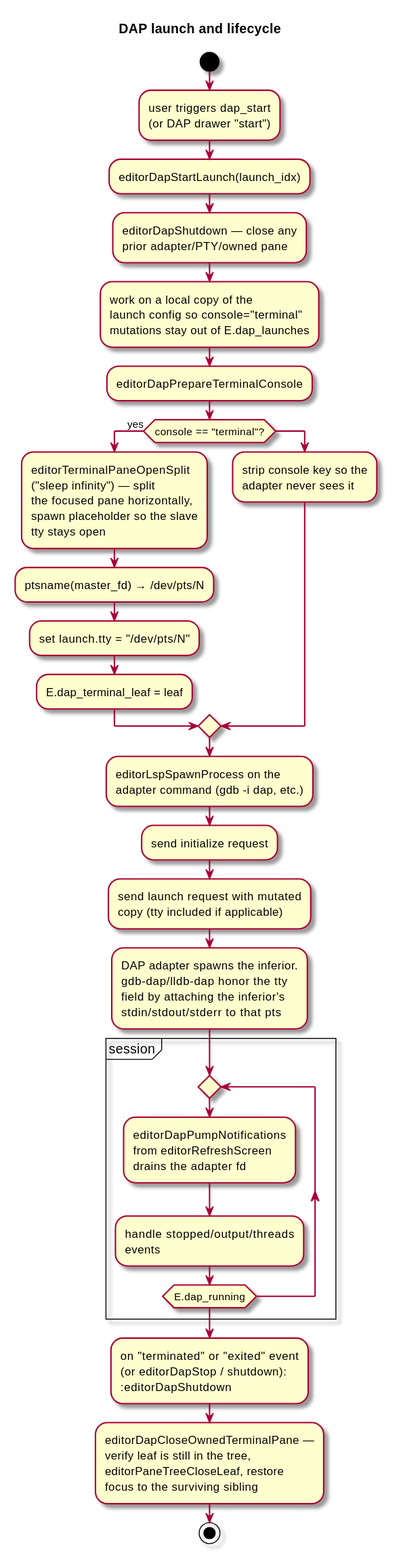
This is docs/diagrams/svg/dap-flow.svg from kokkoniemi/rotide, a PlantUML export, as it was before one commit. Its source is kept beside it as docs/diagrams/src/dap-flow.puml.
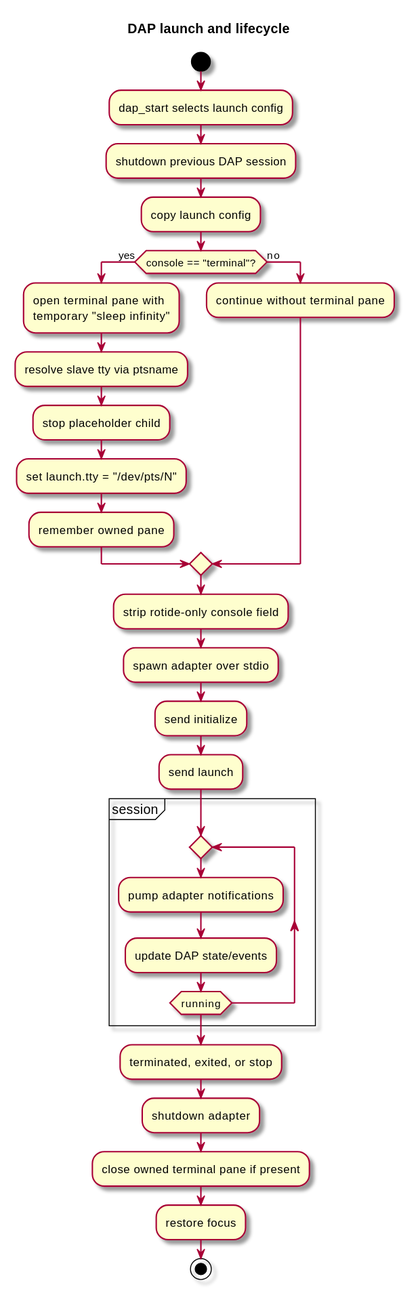
Later version of the same file.

What changed in the source:
```diff
@@ -4,53 +4,35 @@
 title DAP launch and lifecycle
 
 start
-:user triggers dap_start
-(or DAP drawer "start");
-:editorDapStartLaunch(launch_idx);
-:editorDapShutdown — close any
-prior adapter/PTY/owned pane;
-:work on a local copy of the
-launch config so console="terminal"
-mutations stay out of E.dap_launches;
-:editorDapPrepareTerminalConsole;
+:dap_start selects launch config;
+:shutdown previous DAP session;
+:copy launch config;
 if (console == "terminal"?) then (yes)
-	:editorTerminalPaneOpenSplit
-	("sleep infinity") — split
-	the focused pane horizontally,
-	spawn placeholder so the slave
-	tty stays open;
-	:ptsname(master_fd) → /dev/pts/N;
+	:open terminal pane with
+	temporary "sleep infinity";
+	:resolve slave tty via ptsname;
+	:stop placeholder child;
 	:set launch.tty = "/dev/pts/N";
-	:E.dap_terminal_leaf = leaf;
-else
-	:strip console key so the
-	adapter never sees it;
+	:remember owned pane;
+else (no)
+	:continue without terminal pane;
 endif
-:editorLspSpawnProcess on the
-adapter command (gdb -i dap, etc.);
-:send initialize request;
-:send launch request with mutated
-copy (tty included if applicable);
-:DAP adapter spawns the inferior.
-gdb-dap/lldb-dap honor the tty
-field by attaching the inferior's
-stdin/stdout/stderr to that pts;
+:strip rotide-only console field;
+:spawn adapter over stdio;
+:send initialize;
+:send launch;
+
 partition "session" {
 	repeat
-		:editorDapPumpNotifications
-		from editorRefreshScreen
-		drains the adapter fd;
-		:handle stopped/output/threads
-		events;
-	repeat while (E.dap_running)
+		:pump adapter notifications;
+		:update DAP state/events;
+	repeat while (running)
 }
-:on "terminated" or "exited" event
-(or editorDapStop / shutdown):
-:editorDapShutdown;
-:editorDapCloseOwnedTerminalPane —
-verify leaf is still in the tree,
-editorPaneTreeCloseLeaf, restore
-focus to the surviving sibling;
+
+:terminated, exited, or stop;
+:shutdown adapter;
+:close owned terminal pane if present;
+:restore focus;
 stop
 
 @enduml
```
